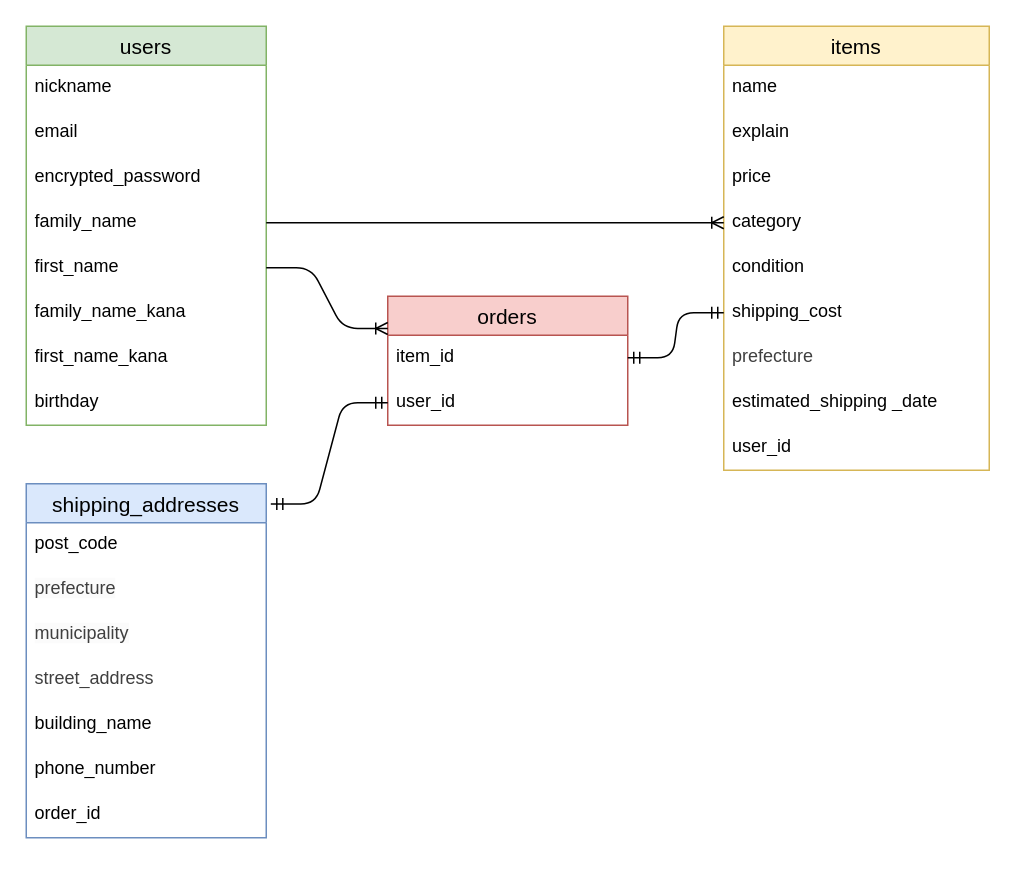
Before: ER.dio in naoto4420-pixel/furima-47233, a draw.io diagram. Source tidied: cells renumbered, new cells numbered last; positions are measured from the earlier drawing's top-left corner, leaving out a move shared by most shapes. Both pictures are drawn from the tidied source at 150%, with x=0, y=0 at pixel (26, 26).
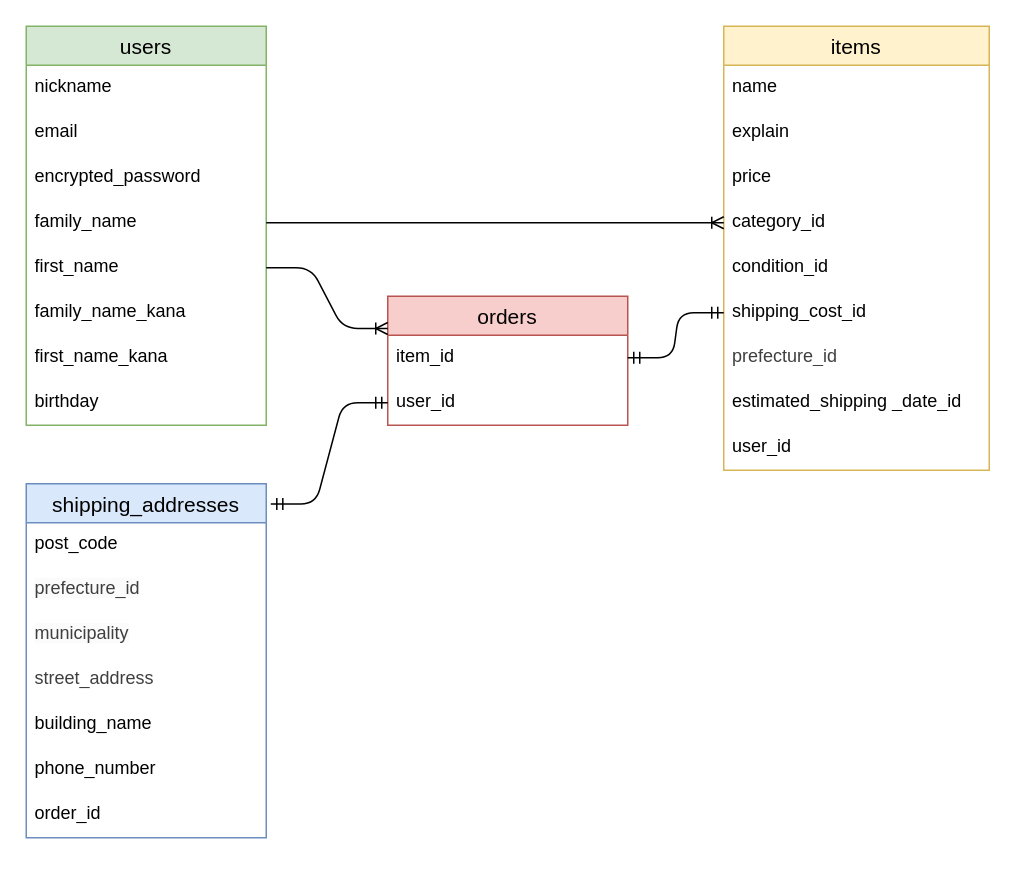
The same diagram, later.

Commit message (it also covers changes not shown here):
コードレビュー修正2

Unchanged cells that the change refers to:
```xml
<mxCell id="11" value="items" style="swimlane;fontStyle=0;horizontal=1;startSize=26;align=center;fontSize=14;fillColor=#fff2cc;strokeColor=#d6b656;" parent="1" vertex="1">
  <mxGeometry x="465" width="177" height="296" as="geometry" />
</mxCell>
<mxCell id="22" value="shipping_addresses" style="swimlane;fontStyle=0;horizontal=1;startSize=26;align=center;fontSize=14;fillColor=#dae8fc;strokeColor=#6c8ebf;fontColor=default;" parent="1" vertex="1">
  <mxGeometry y="305" width="160" height="236" as="geometry" />
</mxCell>
```

What changed in the source:
```diff
@@
-    <mxCell id="15" value="category" style="text;strokeColor=none;fillColor=none;spacingLeft=4;spacingRight=4;overflow=hidden;points=[[0,0.5],[1,0.5]];portConstraint=eastwest;fontSize=12;whiteSpace=wrap;html=1;" parent="11" vertex="1">
+    <mxCell id="15" value="category_id" style="text;strokeColor=none;fillColor=none;spacingLeft=4;spacingRight=4;overflow=hidden;points=[[0,0.5],[1,0.5]];portConstraint=eastwest;fontSize=12;whiteSpace=wrap;html=1;" parent="11" vertex="1">
       <mxGeometry y="116" width="177" height="30" as="geometry" />
     </mxCell>
-    <mxCell id="16" value="condition" style="text;strokeColor=none;fillColor=none;spacingLeft=4;spacingRight=4;overflow=hidden;fontSize=12;whiteSpace=wrap;html=1;" parent="11" vertex="1">
+    <mxCell id="16" value="condition_id" style="text;strokeColor=none;fillColor=none;spacingLeft=4;spacingRight=4;overflow=hidden;fontSize=12;whiteSpace=wrap;html=1;" parent="11" vertex="1">
       <mxGeometry y="146" width="177" height="30" as="geometry" />
     </mxCell>
-    <mxCell id="17" value="shipping_cost" style="text;strokeColor=none;fillColor=none;spacingLeft=4;spacingRight=4;overflow=hidden;points=[[0,0.5],[1,0.5]];portConstraint=eastwest;fontSize=12;whiteSpace=wrap;html=1;" parent="11" vertex="1">
+    <mxCell id="17" value="shipping_cost_id" style="text;strokeColor=none;fillColor=none;spacingLeft=4;spacingRight=4;overflow=hidden;points=[[0,0.5],[1,0.5]];portConstraint=eastwest;fontSize=12;whiteSpace=wrap;html=1;" parent="11" vertex="1">
       <mxGeometry y="176" width="177" height="30" as="geometry" />
     </mxCell>
-    <mxCell id="18" value="&lt;span style=&quot;color: rgb(63, 63, 63); text-align: center; text-wrap-mode: nowrap;&quot;&gt;prefecture&lt;/span&gt;" style="text;strokeColor=none;fillColor=none;spacingLeft=4;spacingRight=4;overflow=hidden;fontSize=12;whiteSpace=wrap;html=1;" parent="11" vertex="1">
+    <mxCell id="18" value="&lt;span style=&quot;color: rgb(63, 63, 63); text-align: center; text-wrap-mode: nowrap;&quot;&gt;prefecture_id&lt;/span&gt;" style="text;strokeColor=none;fillColor=none;spacingLeft=4;spacingRight=4;overflow=hidden;fontSize=12;whiteSpace=wrap;html=1;" parent="11" vertex="1">
       <mxGeometry y="206" width="177" height="30" as="geometry" />
     </mxCell>
-    <mxCell id="19" value="&lt;font style=&quot;&quot;&gt;&lt;span style=&quot;font-size: 12px;&quot;&gt;estimated_shipping _date&lt;/span&gt;&lt;/font&gt;" style="text;strokeColor=none;fillColor=none;spacingLeft=4;spacingRight=4;overflow=hidden;fontSize=12;whiteSpace=wrap;html=1;fontColor=#000000;" parent="11" vertex="1">
+    <mxCell id="19" value="&lt;font style=&quot;&quot;&gt;&lt;span style=&quot;font-size: 12px;&quot;&gt;estimated_shipping _date_id&lt;/span&gt;&lt;/font&gt;" style="text;strokeColor=none;fillColor=none;spacingLeft=4;spacingRight=4;overflow=hidden;fontSize=12;whiteSpace=wrap;html=1;fontColor=#000000;" parent="11" vertex="1">
       <mxGeometry y="236" width="177" height="30" as="geometry" />
     </mxCell>
@@
-    <mxCell id="24" value="&lt;span style=&quot;color: rgb(63, 63, 63); font-family: Helvetica; font-size: 12px; font-style: normal; font-variant-ligatures: normal; font-variant-caps: normal; font-weight: 400; letter-spacing: normal; orphans: 2; text-align: center; text-indent: 0px; text-transform: none; widows: 2; word-spacing: 0px; -webkit-text-stroke-width: 0px; white-space: nowrap; background-color: rgb(251, 251, 251); text-decoration-thickness: initial; text-decoration-style: initial; text-decoration-color: initial; float: none; display: inline !important;&quot;&gt;prefecture&lt;/span&gt;" style="text;strokeColor=none;fillColor=none;spacingLeft=4;spacingRight=4;overflow=hidden;fontSize=12;whiteSpace=wrap;html=1;" parent="22" vertex="1">
+    <mxCell id="24" value="&lt;span style=&quot;color: rgb(63, 63, 63); font-family: Helvetica; font-size: 12px; font-style: normal; font-variant-ligatures: normal; font-variant-caps: normal; font-weight: 400; letter-spacing: normal; orphans: 2; text-align: center; text-indent: 0px; text-transform: none; widows: 2; word-spacing: 0px; -webkit-text-stroke-width: 0px; white-space: nowrap; background-color: rgb(251, 251, 251); text-decoration-thickness: initial; text-decoration-style: initial; text-decoration-color: initial; float: none; display: inline !important;&quot;&gt;prefecture_id&lt;/span&gt;" style="text;strokeColor=none;fillColor=none;spacingLeft=4;spacingRight=4;overflow=hidden;fontSize=12;whiteSpace=wrap;html=1;" parent="22" vertex="1">
       <mxGeometry y="56" width="160" height="30" as="geometry" />
     </mxCell>
```
